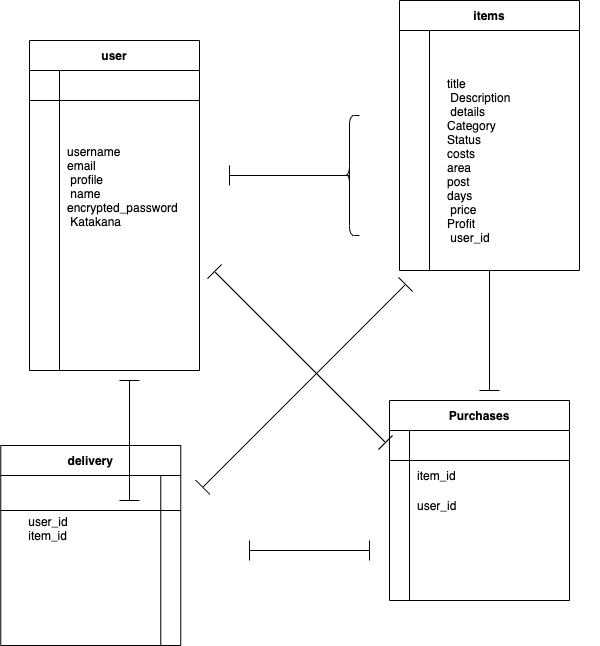
This is er.drawio.png from abetatsu5466/furima-35389, a draw.io export, as it was before one commit. Source tidied: cells renumbered, new cells last; positions are measured from the earlier drawing's top-left corner, leaving out a move shared by most shapes.
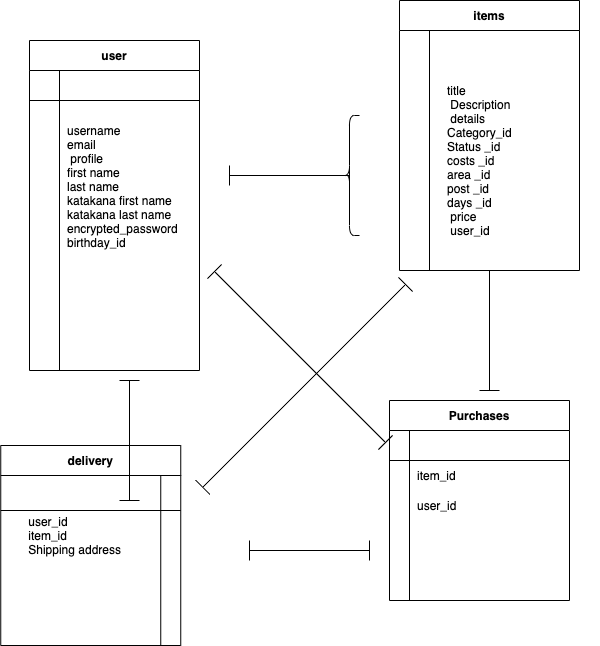
The same diagram one commit later.

Change to the diagram source:
```diff
@@ -128,7 +128,7 @@
     <mxCell id="43" style="shape=partialRectangle;fillColor=none;top=0;left=0;bottom=0;right=0;align=left;spacingLeft=6;overflow=hidden;" parent="41" vertex="1">
       <mxGeometry x="30" width="150" height="30" as="geometry" />
     </mxCell>
-    <mxCell id="44" value="username&#10;email&#10; profile &#10; name&#10;encrypted_password&#10; Katakana&#10;&#10;" style="shape=partialRectangle;fillColor=none;top=0;left=0;bottom=0;right=0;align=left;spacingLeft=6;overflow=hidden;" parent="1" vertex="1">
+    <mxCell id="44" value="username&#10;email&#10; profile &#10;first name&#10;last name&#10;katakana first name&#10; katakana last name&#10;encrypted_password&#10;birthday_id &#10;&#10;" style="shape=partialRectangle;fillColor=none;top=0;left=0;bottom=0;right=0;align=left;spacingLeft=6;overflow=hidden;" parent="1" vertex="1">
       <mxGeometry x="59" y="110" width="150" height="180" as="geometry" />
     </mxCell>
     <mxCell id="45" style="shape=crossbar;whiteSpace=wrap;html=1;rounded=1;" parent="1" vertex="1">
@@ -143,7 +143,7 @@
     <mxCell id="48" style="shape=partialRectangle;fillColor=none;top=0;left=0;bottom=0;right=0;align=left;spacingLeft=6;overflow=hidden;" parent="1" vertex="1">
       <mxGeometry x="369" y="530" width="160" height="30" as="geometry" />
     </mxCell>
-    <mxCell id="49" value="user_id&#10;item_id&#10;" style="shape=partialRectangle;fillColor=none;top=0;left=0;bottom=0;right=0;align=left;spacingLeft=6;overflow=hidden;" parent="1" vertex="1">
+    <mxCell id="49" value="user_id&#10;item_id&#10;Shipping address" style="shape=partialRectangle;fillColor=none;top=0;left=0;bottom=0;right=0;align=left;spacingLeft=6;overflow=hidden;" parent="1" vertex="1">
       <mxGeometry x="20.2" y="490" width="140" height="90" as="geometry" />
     </mxCell>
     <mxCell id="50" style="shape=partialRectangle;fillColor=none;top=0;left=0;bottom=0;right=0;align=left;spacingLeft=6;overflow=hidden;" parent="1" vertex="1">
@@ -176,7 +176,7 @@
         <mxPoint x="514" y="265" as="targetPoint" />
       </mxGeometry>
     </mxCell>
-    <mxCell id="59" value="title &#10; Description &#10; details &#10;Category &#10;Status &#10;costs &#10;area &#10;post &#10;days &#10; price &#10;Profit &#10; user_id " style="shape=partialRectangle;fillColor=none;top=0;left=0;bottom=0;right=0;align=left;spacingLeft=6;overflow=hidden;" parent="1" vertex="1">
+    <mxCell id="59" value="title &#10; Description &#10; details &#10;Category_id &#10;Status _id&#10;costs _id&#10;area _id&#10;post _id&#10;days _id&#10; price  &#10; user_id " style="shape=partialRectangle;fillColor=none;top=0;left=0;bottom=0;right=0;align=left;spacingLeft=6;overflow=hidden;" parent="1" vertex="1">
       <mxGeometry x="439" y="60" width="160" height="200" as="geometry" />
     </mxCell>
     <mxCell id="60" style="shape=crossbar;whiteSpace=wrap;html=1;rounded=1;" parent="1" vertex="1">
```
